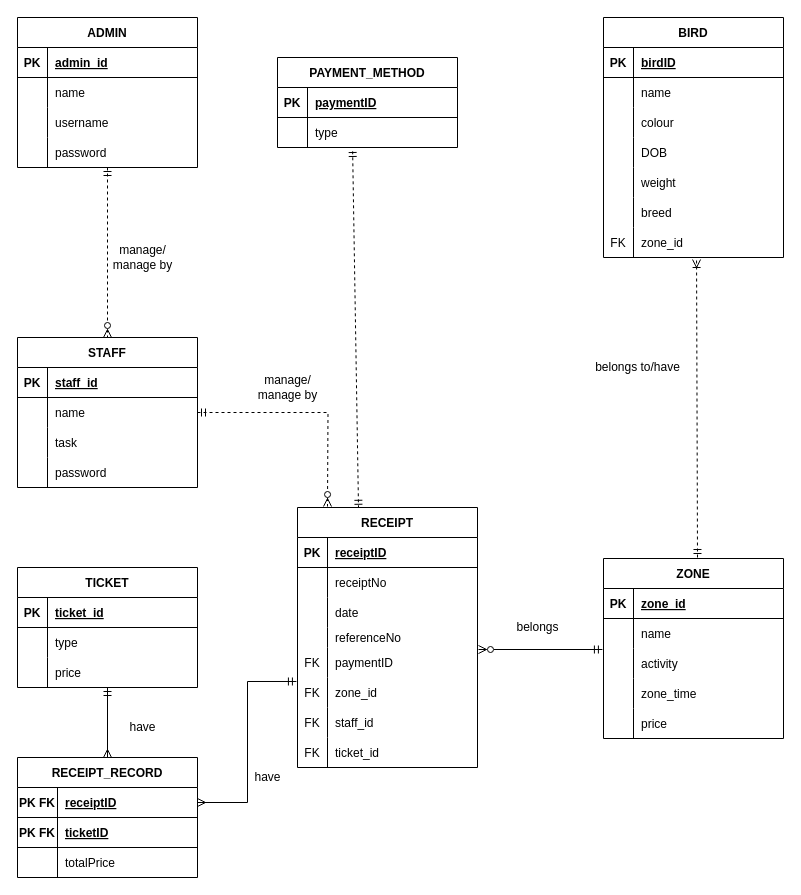
Earlier version of the draw.io diagram page "Page-8" (1 of 8) of Exercise1ClassDiagram.drawio (abby18abby/week-2-class-diagram). Source tidied: cells renumbered, new cells numbered last; positions are measured from the earlier drawing's top-left corner, leaving out a move shared by most shapes. Both pictures are drawn from the tidied source at 100%, with x=0, y=0 at pixel (17, 17).
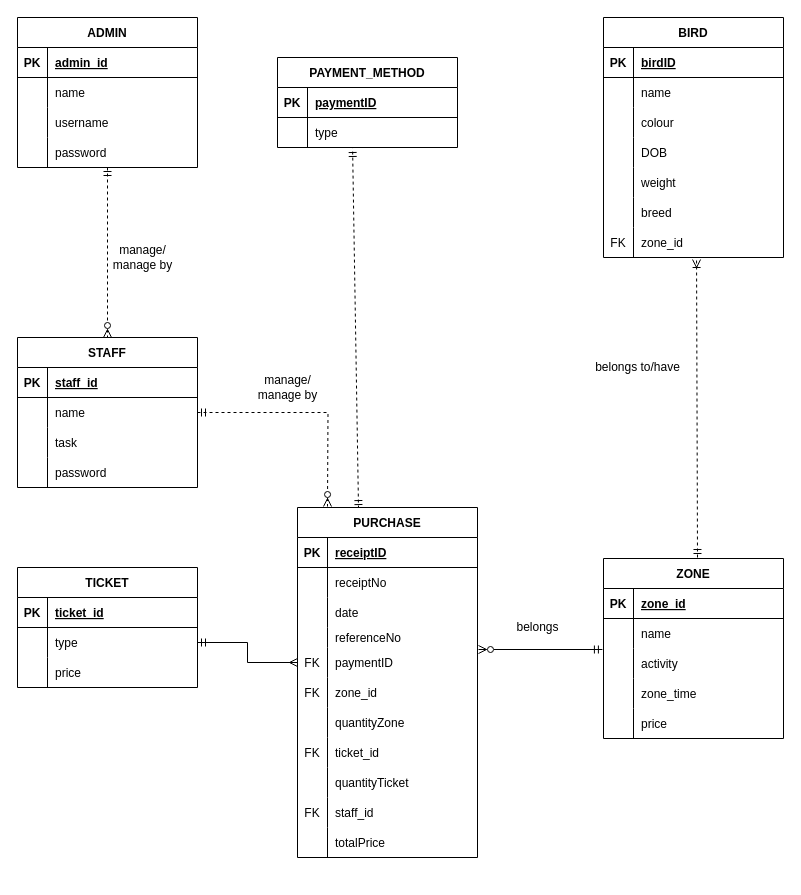
The same page after the edit.

The change refers to these unchanged cells:
```xml
<mxCell id="61" style="shape=tableRow;horizontal=0;startSize=0;swimlaneHead=0;swimlaneBody=0;fillColor=none;points=[[0,0.5],[1,0.5]];portConstraint=eastwest;top=0;left=0;right=0;bottom=0;" parent="57" vertex="1">
  <mxGeometry y="60" width="180" height="30" as="geometry" />
</mxCell>
<mxCell id="101" style="shape=tableRow;horizontal=0;startSize=0;swimlaneHead=0;swimlaneBody=0;fillColor=none;points=[[0,0.5],[1,0.5]];portConstraint=eastwest;top=0;left=0;right=0;bottom=0;" parent="88" vertex="1">
  <mxGeometry y="140" width="180" height="30" as="geometry" />
</mxCell>
<mxCell id="104" style="shape=tableRow;horizontal=0;startSize=0;swimlaneHead=0;swimlaneBody=0;fillColor=none;points=[[0,0.5],[1,0.5]];portConstraint=eastwest;top=0;left=0;right=0;bottom=0;" parent="88" vertex="1">
  <mxGeometry y="170" width="180" height="30" as="geometry" />
</mxCell>
```

Change to the diagram source:
```diff
@@
-    <mxCell id="86" style="fontSize=12;html=1;endArrow=ERmany;startArrow=ERmandOne;rounded=0;jumpStyle=none;jumpSize=4;endFill=0;startFill=0;entryX=0.5;entryY=0;entryDx=0;entryDy=0;" parent="1" edge="1" target="119">
-      <mxGeometry relative="1" as="geometry">
-        <mxPoint x="90" y="670" as="sourcePoint" />
-      </mxGeometry>
-    </mxCell>
-    <mxCell id="87" value="have" style="text;html=1;align=center;verticalAlign=middle;strokeColor=none;fillColor=none;" parent="1" vertex="1">
-      <mxGeometry x="105" y="700" width="40" height="20" as="geometry" />
-    </mxCell>
-    <mxCell id="88" value="RECEIPT" style="shape=table;startSize=30;childLayout=tableLayout;rowLines=0;fontStyle=1;align=center;" parent="1" vertex="1">
-      <mxGeometry x="280" y="490" width="180" height="260" as="geometry" />
+    <mxCell id="88" value="PURCHASE" style="shape=table;startSize=30;childLayout=tableLayout;rowLines=0;fontStyle=1;align=center;" parent="1" vertex="1">
+      <mxGeometry x="280" y="490" width="180" height="350" as="geometry" />
     </mxCell>
@@
+    <mxCell id="131" style="shape=tableRow;horizontal=0;startSize=0;swimlaneHead=0;swimlaneBody=0;fillColor=none;top=0;left=0;right=0;bottom=0;" parent="88" vertex="1">
+      <mxGeometry y="200" width="180" height="30" as="geometry" />
+    </mxCell>
+    <mxCell id="132" style="shape=partialRectangle;fillColor=none;top=0;left=0;bottom=0;right=0;overflow=hidden;" parent="131" vertex="1">
+      <mxGeometry width="30" height="30" as="geometry" />
+    </mxCell>
+    <mxCell id="133" value="quantityZone" style="shape=partialRectangle;fillColor=none;top=0;left=0;bottom=0;right=0;align=left;spacingLeft=6;overflow=hidden;" parent="131" vertex="1">
+      <mxGeometry x="30" width="150" height="30" as="geometry" />
+    </mxCell>
+    <mxCell id="110" style="shape=tableRow;horizontal=0;startSize=0;swimlaneHead=0;swimlaneBody=0;fillColor=none;top=0;left=0;right=0;bottom=0;" parent="88" vertex="1">
+      <mxGeometry y="230" width="180" height="30" as="geometry" />
+    </mxCell>
+    <mxCell id="111" value="FK" style="shape=partialRectangle;fillColor=none;top=0;left=0;bottom=0;right=0;overflow=hidden;" parent="110" vertex="1">
+      <mxGeometry width="30" height="30" as="geometry" />
+    </mxCell>
+    <mxCell id="112" value="ticket_id" style="shape=partialRectangle;fillColor=none;top=0;left=0;bottom=0;right=0;align=left;spacingLeft=6;overflow=hidden;" parent="110" vertex="1">
+      <mxGeometry x="30" width="150" height="30" as="geometry" />
+    </mxCell>
+    <mxCell id="134" style="shape=tableRow;horizontal=0;startSize=0;swimlaneHead=0;swimlaneBody=0;fillColor=none;top=0;left=0;right=0;bottom=0;" parent="88" vertex="1">
+      <mxGeometry y="260" width="180" height="30" as="geometry" />
+    </mxCell>
+    <mxCell id="135" style="shape=partialRectangle;fillColor=none;top=0;left=0;bottom=0;right=0;overflow=hidden;" parent="134" vertex="1">
+      <mxGeometry width="30" height="30" as="geometry" />
+    </mxCell>
+    <mxCell id="136" value="quantityTicket" style="shape=partialRectangle;fillColor=none;top=0;left=0;bottom=0;right=0;align=left;spacingLeft=6;overflow=hidden;" parent="134" vertex="1">
+      <mxGeometry x="30" width="150" height="30" as="geometry" />
+    </mxCell>
     <mxCell id="107" style="shape=tableRow;horizontal=0;startSize=0;swimlaneHead=0;swimlaneBody=0;fillColor=none;top=0;left=0;right=0;bottom=0;" parent="88" vertex="1">
-      <mxGeometry y="200" width="180" height="30" as="geometry" />
+      <mxGeometry y="290" width="180" height="30" as="geometry" />
     </mxCell>
@@
-    <mxCell id="110" style="shape=tableRow;horizontal=0;startSize=0;swimlaneHead=0;swimlaneBody=0;fillColor=none;top=0;left=0;right=0;bottom=0;" parent="88" vertex="1">
-      <mxGeometry y="230" width="180" height="30" as="geometry" />
-    </mxCell>
-    <mxCell id="111" value="FK" style="shape=partialRectangle;fillColor=none;top=0;left=0;bottom=0;right=0;overflow=hidden;" parent="110" vertex="1">
-      <mxGeometry width="30" height="30" as="geometry" />
-    </mxCell>
-    <mxCell id="112" value="ticket_id" style="shape=partialRectangle;fillColor=none;top=0;left=0;bottom=0;right=0;align=left;spacingLeft=6;overflow=hidden;" parent="110" vertex="1">
-      <mxGeometry x="30" width="150" height="30" as="geometry" />
-    </mxCell>
+    <mxCell id="137" style="shape=tableRow;horizontal=0;startSize=0;swimlaneHead=0;swimlaneBody=0;fillColor=none;top=0;left=0;right=0;bottom=0;" parent="88" vertex="1">
+      <mxGeometry y="320" width="180" height="30" as="geometry" />
+    </mxCell>
+    <mxCell id="138" style="shape=partialRectangle;fillColor=none;top=0;left=0;bottom=0;right=0;overflow=hidden;" parent="137" vertex="1">
+      <mxGeometry width="30" height="30" as="geometry" />
+    </mxCell>
+    <mxCell id="128" value="totalPrice" style="shape=partialRectangle;fillColor=none;top=0;left=0;bottom=0;right=0;align=left;spacingLeft=6;overflow=hidden;" parent="137" vertex="1">
+      <mxGeometry x="30" width="150" height="30" as="geometry" />
+    </mxCell>
@@
-    <mxCell id="119" value="RECEIPT_RECORD" style="shape=table;startSize=30;childLayout=tableLayout;rowLines=0;fontStyle=1;align=center;" parent="1" vertex="1">
-      <mxGeometry y="740" width="180" height="120" as="geometry" />
-    </mxCell>
-    <mxCell id="120" style="shape=tableRow;horizontal=0;startSize=0;swimlaneHead=0;swimlaneBody=0;fillColor=none;points=[[0,0.5],[1,0.5]];portConstraint=eastwest;top=0;left=0;right=0;bottom=1;" parent="119" vertex="1">
-      <mxGeometry y="30" width="180" height="30" as="geometry" />
-    </mxCell>
-    <mxCell id="121" value="PK FK" style="shape=partialRectangle;fillColor=none;top=0;left=0;bottom=0;right=0;fontStyle=1;overflow=hidden;" parent="120" vertex="1">
-      <mxGeometry width="40" height="30" as="geometry" />
-    </mxCell>
-    <mxCell id="122" value="receiptID" style="shape=partialRectangle;fillColor=none;top=0;left=0;bottom=0;right=0;align=left;spacingLeft=6;fontStyle=5;overflow=hidden;" parent="120" vertex="1">
-      <mxGeometry x="40" width="140" height="30" as="geometry" />
-    </mxCell>
-    <mxCell id="123" style="shape=tableRow;horizontal=0;startSize=0;swimlaneHead=0;swimlaneBody=0;fillColor=none;top=0;left=0;right=0;bottom=1;" parent="119" vertex="1">
-      <mxGeometry y="60" width="180" height="30" as="geometry" />
-    </mxCell>
-    <mxCell id="124" value="PK FK" style="shape=partialRectangle;fillColor=none;top=0;left=0;bottom=0;right=0;fontStyle=1;overflow=hidden;" parent="123" vertex="1">
-      <mxGeometry width="40" height="30" as="geometry" />
-    </mxCell>
-    <mxCell id="125" value="ticketID" style="shape=partialRectangle;fillColor=none;top=0;left=0;bottom=0;right=0;align=left;spacingLeft=6;fontStyle=5;overflow=hidden;" parent="123" vertex="1">
-      <mxGeometry x="40" width="140" height="30" as="geometry" />
-    </mxCell>
-    <mxCell id="126" style="shape=tableRow;horizontal=0;startSize=0;swimlaneHead=0;swimlaneBody=0;fillColor=none;top=0;left=0;right=0;bottom=0;" parent="119" vertex="1">
-      <mxGeometry y="90" width="180" height="30" as="geometry" />
-    </mxCell>
-    <mxCell id="127" style="shape=partialRectangle;fillColor=none;top=0;left=0;bottom=0;right=0;overflow=hidden;" parent="126" vertex="1">
-      <mxGeometry width="40" height="30" as="geometry" />
-    </mxCell>
-    <mxCell id="128" value="totalPrice" style="shape=partialRectangle;fillColor=none;top=0;left=0;bottom=0;right=0;align=left;spacingLeft=6;overflow=hidden;" parent="126" vertex="1">
-      <mxGeometry x="40" width="140" height="30" as="geometry" />
-    </mxCell>
-    <mxCell id="129" style="fontSize=12;html=1;endArrow=ERmany;startArrow=ERmandOne;rounded=0;jumpStyle=none;jumpSize=4;endFill=0;startFill=0;entryX=1;entryY=0.5;entryDx=0;entryDy=0;exitX=-0.006;exitY=0.133;exitDx=0;exitDy=0;exitPerimeter=0;edgeStyle=orthogonalEdgeStyle;" parent="1" edge="1" source="104" target="120">
+    <mxCell id="129" style="fontSize=12;html=1;endArrow=ERmany;startArrow=ERmandOne;rounded=0;jumpStyle=none;jumpSize=4;endFill=0;startFill=0;exitX=1;exitY=0.5;exitDx=0;exitDy=0;edgeStyle=orthogonalEdgeStyle;entryX=0;entryY=0.5;entryDx=0;entryDy=0;" parent="1" edge="1" source="61" target="101">
       <mxGeometry relative="1" as="geometry" />
     </mxCell>
-    <mxCell id="130" value="have" style="text;html=1;align=center;verticalAlign=middle;strokeColor=none;fillColor=none;" parent="1" vertex="1">
-      <mxGeometry x="230" y="750" width="40" height="20" as="geometry" />
-    </mxCell>
```
